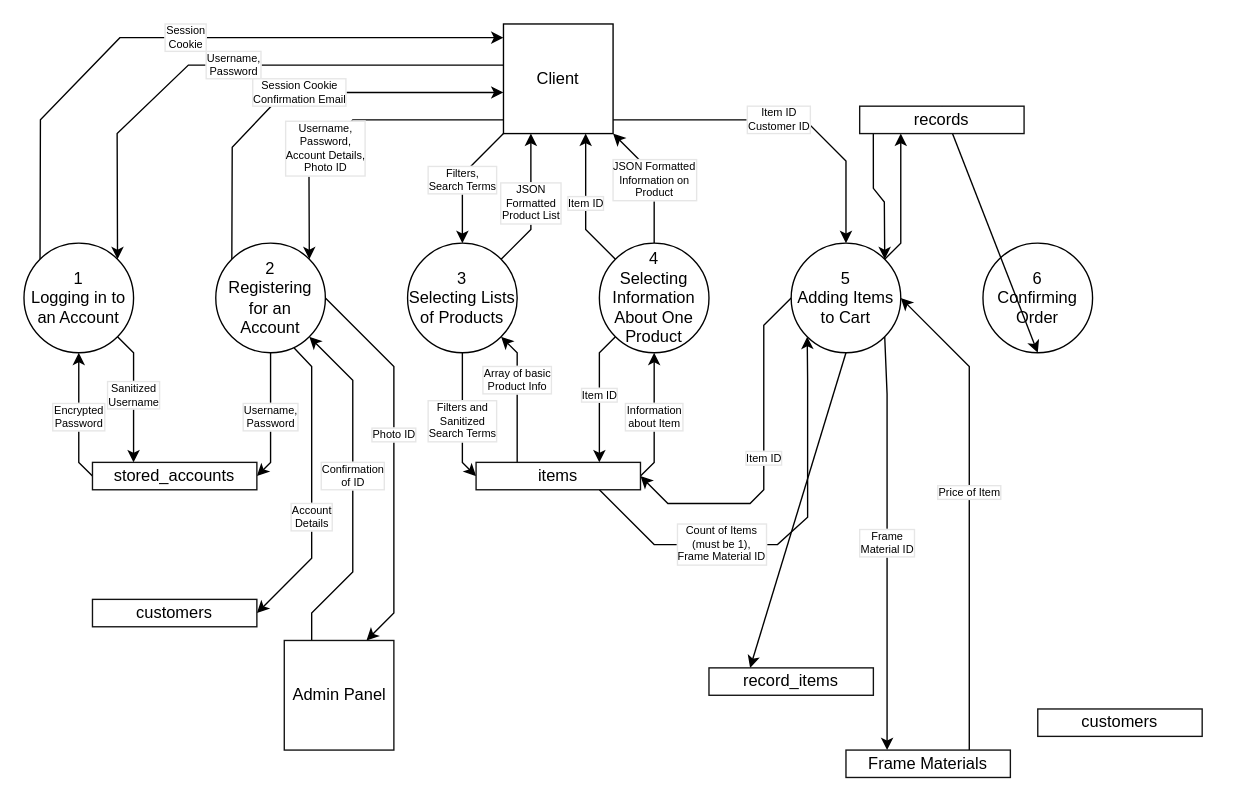
Above: page "context level" (7 of 7) of Untitled Diagram.drawio in HBlomfield/hblomfield.github.io (draw.io), before the change. Source tidied: cells renumbered, new cells numbered last; positions are measured from the earlier drawing's top-left corner, leaving out a move shared by most shapes. Both pictures are drawn from the tidied source at 137%, with x=0, y=0 at pixel (23, 23).
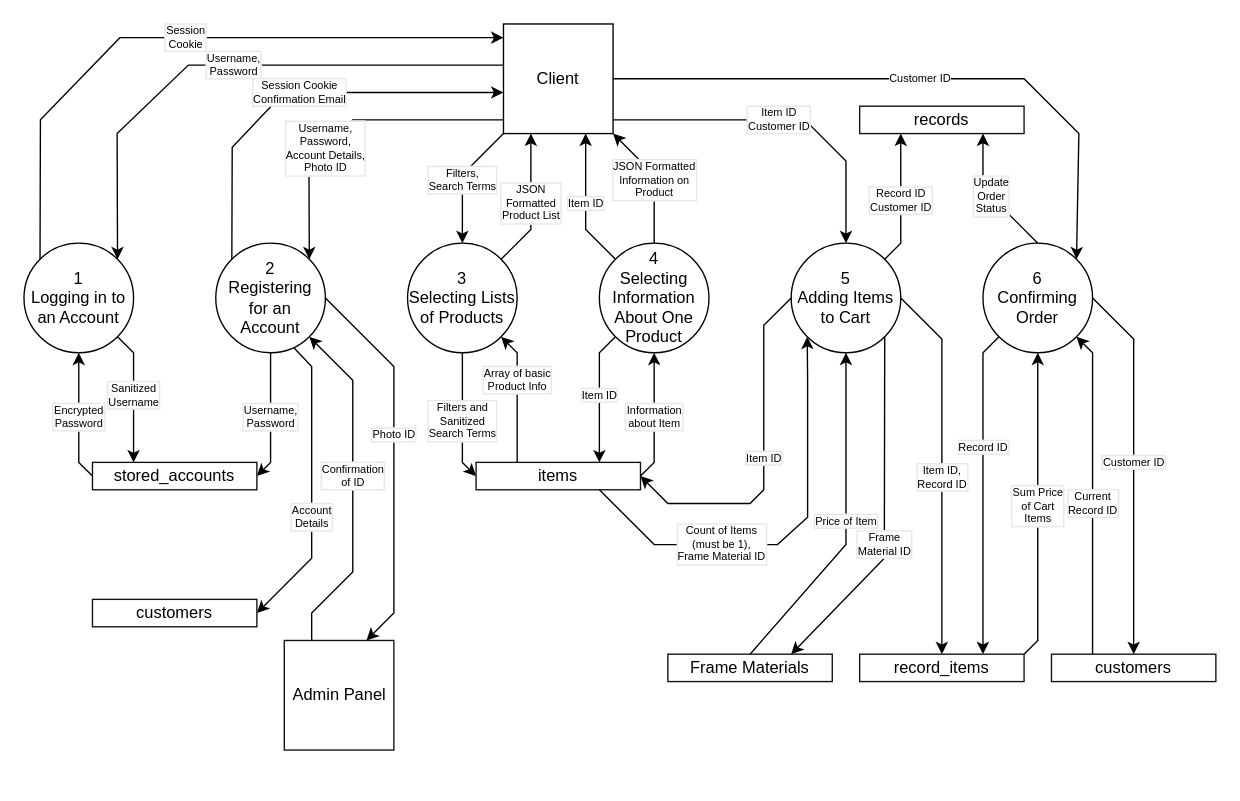
After the change.

The change refers to these unchanged cells:
```xml
<mxCell id="6" value="Client" style="rounded=0;whiteSpace=wrap;html=1;" parent="1" vertex="1">
  <mxGeometry x="350" width="80" height="80" as="geometry" />
</mxCell>
<mxCell id="27" value="5&lt;br&gt;Adding Items to Cart" style="ellipse;whiteSpace=wrap;html=1;" parent="1" vertex="1">
  <mxGeometry x="560" y="160" width="80" height="80" as="geometry" />
</mxCell>
<mxCell id="29" value="6&lt;br&gt;Confirming Order" style="ellipse;whiteSpace=wrap;html=1;" parent="1" vertex="1">
  <mxGeometry x="700" y="160" width="80" height="80" as="geometry" />
</mxCell>
<mxCell id="41" value="records" style="rounded=0;whiteSpace=wrap;html=1;strokeColor=#121212;fillColor=#ffffff;align=center;verticalAlign=middle;" parent="1" vertex="1">
  <mxGeometry x="610" y="60" width="120" height="20" as="geometry" />
</mxCell>
```

Diff of the diagram source:
```diff
@@
+    <mxCell id="44" value="Customer ID" style="edgeStyle=none;rounded=0;jettySize=auto;html=1;exitX=1;exitY=0.5;exitDx=0;exitDy=0;entryX=1;entryY=0;entryDx=0;entryDy=0;fontSize=8;" parent="1" edge="1" source="6" target="29">
+      <mxGeometry relative="1" as="geometry">
+        <Array as="points">
+          <mxPoint x="730" y="40" />
+          <mxPoint x="770" y="80" />
+        </Array>
+      </mxGeometry>
+    </mxCell>
@@
-    <mxCell id="25" style="edgeStyle=none;rounded=0;jettySize=auto;html=1;exitX=0.5;exitY=1;exitDx=0;exitDy=0;entryX=0.25;entryY=0;entryDx=0;entryDy=0;fontSize=8;fontColor=#000000;" parent="1" edge="1" source="27" target="37">
-      <mxGeometry relative="1" as="geometry" />
+    <mxCell id="25" value="&lt;div&gt;Item ID,&lt;/div&gt;&lt;div&gt;Record ID&lt;br&gt;&lt;/div&gt;" style="edgeStyle=none;rounded=0;jettySize=auto;html=1;exitX=1;exitY=0.5;exitDx=0;exitDy=0;fontSize=8;fontColor=#000000;labelBorderColor=#E6E6E6;entryX=0.5;entryY=0;entryDx=0;entryDy=0;" parent="1" edge="1" source="27" target="37">
+      <mxGeometry x="0.05" relative="1" as="geometry">
+        <Array as="points">
+          <mxPoint x="670" y="230" />
+        </Array>
+      </mxGeometry>
     </mxCell>
-    <mxCell id="26" style="edgeStyle=none;rounded=0;jettySize=auto;html=1;fontSize=8;fontColor=#000000;entryX=0.25;entryY=1;entryDx=0;entryDy=0;" parent="1" edge="1" source="27" target="41">
+    <mxCell id="26" value="&lt;div&gt;Record ID&lt;/div&gt;&lt;div&gt;Customer ID&lt;/div&gt;" style="edgeStyle=none;rounded=0;jettySize=auto;html=1;fontSize=8;fontColor=#000000;exitX=1;exitY=0;exitDx=0;exitDy=0;entryX=0.25;entryY=1;entryDx=0;entryDy=0;labelBorderColor=#E6E6E6;" parent="1" edge="1" source="27" target="41">
       <mxGeometry relative="1" as="geometry">
         <Array as="points">
           <mxPoint x="640" y="160" />
         </Array>
       </mxGeometry>
     </mxCell>
@@
-    <mxCell id="28" value="Frame&lt;br&gt;Material ID" style="edgeStyle=none;rounded=0;jettySize=auto;html=1;exitX=1;exitY=1;exitDx=0;exitDy=0;entryX=0.25;entryY=0;entryDx=0;entryDy=0;fontSize=8;labelBorderColor=#E6E6E6;" parent="1" edge="1" source="27" target="43">
+    <mxCell id="28" value="Price of Item" style="edgeStyle=none;rounded=0;jettySize=auto;html=1;exitX=0.5;exitY=0;exitDx=0;exitDy=0;fontSize=8;labelBorderColor=#E6E6E6;entryX=0.5;entryY=1;entryDx=0;entryDy=0;" parent="1" edge="1" source="43" target="27">
       <mxGeometry relative="1" as="geometry">
         <Array as="points">
-          <mxPoint x="630" y="270" />
-          <mxPoint x="630" y="390" />
+          <mxPoint x="600" y="380" />
         </Array>
       </mxGeometry>
     </mxCell>
+    <mxCell id="45" value="&lt;div&gt;Update&lt;/div&gt;&lt;div&gt;Order&lt;/div&gt;&lt;div&gt;Status&lt;/div&gt;" style="rounded=0;jettySize=auto;html=1;exitX=0.5;exitY=0;exitDx=0;exitDy=0;entryX=0.75;entryY=1;entryDx=0;entryDy=0;fontSize=8;labelBorderColor=#E6E6E6;" parent="1" edge="1" source="29" target="41">
+      <mxGeometry relative="1" as="geometry">
+        <Array as="points">
+          <mxPoint x="700" y="120" />
+        </Array>
+      </mxGeometry>
+    </mxCell>
+    <mxCell id="46" value="Customer ID" style="edgeStyle=none;rounded=0;jettySize=auto;html=1;exitX=1;exitY=0.5;exitDx=0;exitDy=0;entryX=0.5;entryY=0;entryDx=0;entryDy=0;fontSize=8;labelBorderColor=#E6E6E6;" parent="1" edge="1" source="29" target="38">
+      <mxGeometry x="-0.03" relative="1" as="geometry">
+        <Array as="points">
+          <mxPoint x="810" y="230" />
+          <mxPoint x="810" y="360" />
+        </Array>
+      </mxGeometry>
+    </mxCell>
+    <mxCell id="47" value="Record ID" style="edgeStyle=none;rounded=0;jettySize=auto;html=1;exitX=0;exitY=1;exitDx=0;exitDy=0;entryX=0.75;entryY=0;entryDx=0;entryDy=0;fontSize=8;labelBorderColor=#E6E6E6;" parent="1" edge="1" source="29" target="37">
+      <mxGeometry x="-0.27" relative="1" as="geometry">
+        <Array as="points">
+          <mxPoint x="700" y="240" />
+          <mxPoint x="700" y="440" />
+        </Array>
+      </mxGeometry>
+    </mxCell>
@@
+    <mxCell id="48" value="&lt;div&gt;Sum Price&lt;/div&gt;&lt;div&gt;of Cart&lt;/div&gt;&lt;div&gt;Items&lt;/div&gt;" style="edgeStyle=none;rounded=0;jettySize=auto;html=1;exitX=1;exitY=0;exitDx=0;exitDy=0;entryX=0.5;entryY=1;entryDx=0;entryDy=0;fontSize=8;labelBorderColor=#E6E6E6;" parent="1" edge="1" source="37" target="29">
+      <mxGeometry relative="1" as="geometry">
+        <Array as="points">
+          <mxPoint x="740" y="450" />
+        </Array>
+      </mxGeometry>
+    </mxCell>
     <mxCell id="37" value="record_items" style="rounded=0;whiteSpace=wrap;html=1;strokeColor=#121212;fillColor=#ffffff;align=center;verticalAlign=middle;" parent="1" vertex="1">
-      <mxGeometry x="500" y="470" width="120" height="20" as="geometry" />
+      <mxGeometry x="610" y="460" width="120" height="20" as="geometry" />
     </mxCell>
+    <mxCell id="49" value="&lt;div&gt;Current&lt;br&gt;&lt;/div&gt;&lt;div&gt;Record ID&lt;/div&gt;" style="edgeStyle=none;rounded=0;jettySize=auto;html=1;exitX=0.25;exitY=0;exitDx=0;exitDy=0;entryX=1;entryY=1;entryDx=0;entryDy=0;fontSize=8;labelBorderColor=#E6E6E6;" parent="1" edge="1" source="38" target="29">
+      <mxGeometry x="-0.07" relative="1" as="geometry">
+        <Array as="points">
+          <mxPoint x="780" y="240" />
+        </Array>
+      </mxGeometry>
+    </mxCell>
     <mxCell id="38" value="customers" style="rounded=0;whiteSpace=wrap;html=1;strokeColor=#121212;fillColor=#ffffff;align=center;verticalAlign=middle;" parent="1" vertex="1">
-      <mxGeometry x="740" y="500" width="120" height="20" as="geometry" />
+      <mxGeometry x="750" y="460" width="120" height="20" as="geometry" />
     </mxCell>
-    <mxCell id="39" style="edgeStyle=none;rounded=0;jettySize=auto;html=1;exitX=0.5;exitY=0;exitDx=0;exitDy=0;entryX=0.5;entryY=1;entryDx=0;entryDy=0;fontSize=8;" parent="1" edge="1" source="41" target="29">
-      <mxGeometry relative="1" as="geometry" />
-    </mxCell>
-    <mxCell id="40" style="edgeStyle=none;rounded=0;jettySize=auto;html=1;entryX=1;entryY=0;entryDx=0;entryDy=0;fontSize=8;fontColor=#000000;exitX=0.083;exitY=1;exitDx=0;exitDy=0;exitPerimeter=0;" parent="1" edge="1" source="41" target="27">
-      <mxGeometry relative="1" as="geometry">
-        <Array as="points">
-          <mxPoint x="620" y="120" />
-          <mxPoint x="628" y="130" />
-        </Array>
-      </mxGeometry>
-    </mxCell>
@@
-    <mxCell id="42" value="Price of Item" style="edgeStyle=none;rounded=0;jettySize=auto;html=1;exitX=0.75;exitY=0;exitDx=0;exitDy=0;entryX=1;entryY=0.5;entryDx=0;entryDy=0;fontSize=8;labelBorderColor=#E6E6E6;" parent="1" edge="1" source="43" target="27">
-      <mxGeometry x="0.07" relative="1" as="geometry">
+    <mxCell id="42" value="&lt;div&gt;Frame &lt;/div&gt;&lt;div&gt;Material ID&lt;br&gt;&lt;/div&gt;" style="edgeStyle=none;rounded=0;jettySize=auto;html=1;exitX=1;exitY=1;exitDx=0;exitDy=0;entryX=0.75;entryY=0;entryDx=0;entryDy=0;fontSize=8;labelBorderColor=#E6E6E6;" parent="1" edge="1" source="27" target="43">
+      <mxGeometry x="0.17" relative="1" as="geometry">
         <Array as="points">
-          <mxPoint x="690" y="250" />
+          <mxPoint x="628" y="390" />
         </Array>
       </mxGeometry>
     </mxCell>
     <mxCell id="43" value="Frame Materials" style="rounded=0;whiteSpace=wrap;html=1;strokeColor=#121212;fillColor=#ffffff;align=center;verticalAlign=middle;" parent="1" vertex="1">
-      <mxGeometry x="600" y="530" width="120" height="20" as="geometry" />
+      <mxGeometry x="470" y="460" width="120" height="20" as="geometry" />
     </mxCell>
```
